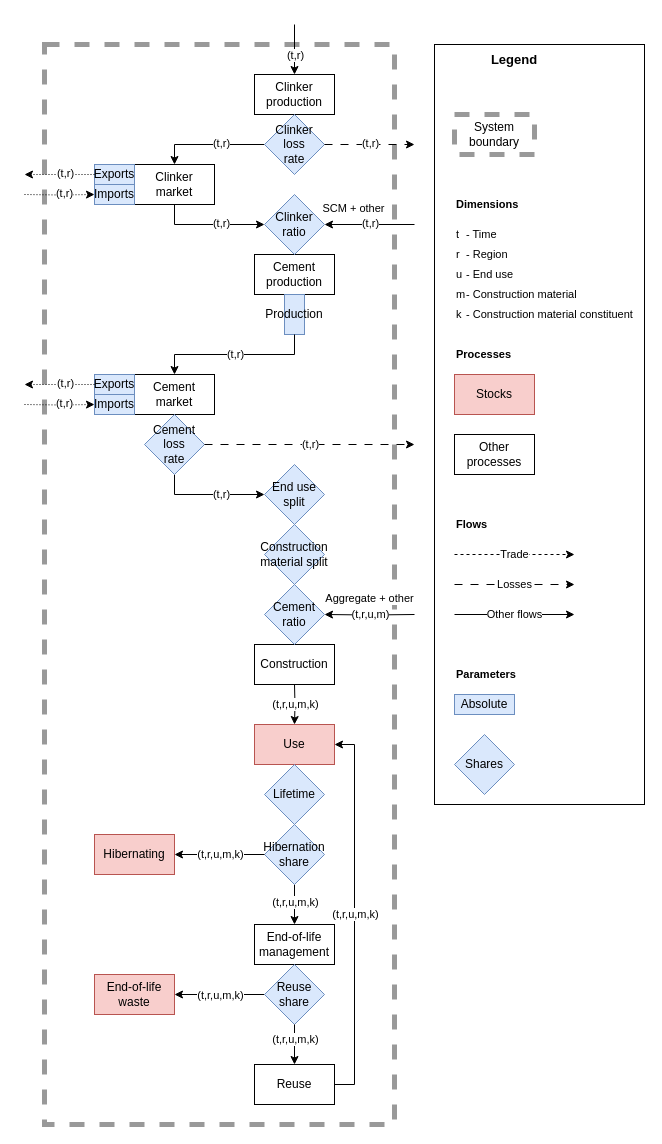
The draw.io diagram paper/figures/drawio/cement.drawio in pik-piam/remind-mfa, before the edit. Source tidied: cells renumbered, new cells numbered last; positions are measured from the earlier drawing's top-left corner, leaving out a move shared by most shapes. Both pictures are drawn from the tidied source at 100%, with x=0, y=0 at pixel (24, 24).
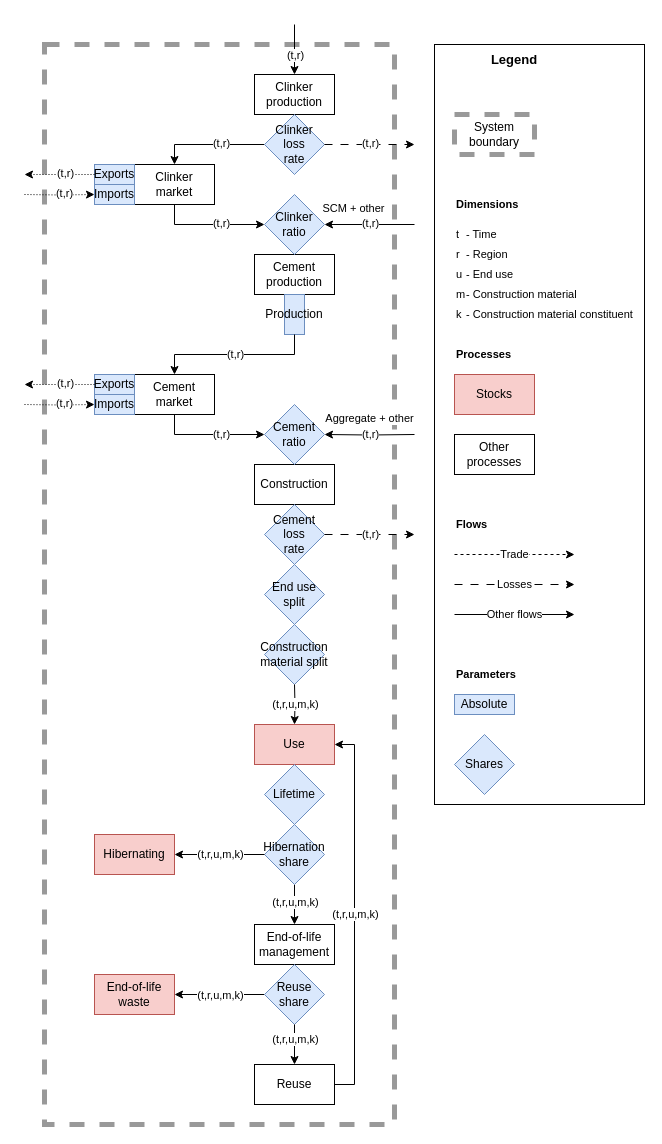
The same diagram, later.

Diff of the diagram source:
```diff
@@
     <mxCell id="12" value="Construction" style="rounded=0;whiteSpace=wrap;html=1;" parent="1" vertex="1">
-      <mxGeometry x="230" y="620" width="80" height="40" as="geometry" />
+      <mxGeometry x="230" y="440" width="80" height="40" as="geometry" />
     </mxCell>
     <mxCell id="13" value="Cement ratio" style="rhombus;whiteSpace=wrap;html=1;fillColor=#dae8fc;strokeColor=#6c8ebf;" parent="1" vertex="1">
-      <mxGeometry x="240" y="560" width="60" height="60" as="geometry" />
+      <mxGeometry x="240" y="380" width="60" height="60" as="geometry" />
     </mxCell>
@@
     <mxCell id="44" style="edgeStyle=orthogonalEdgeStyle;rounded=0;orthogonalLoop=1;jettySize=auto;html=1;exitX=0.5;exitY=1;exitDx=0;exitDy=0;entryX=0;entryY=0.5;entryDx=0;entryDy=0;" parent="1" edge="1">
       <mxGeometry relative="1" as="geometry">
-        <mxPoint x="150" y="450" as="sourcePoint" />
-        <mxPoint x="240" y="470" as="targetPoint" />
+        <mxPoint x="150" y="390" as="sourcePoint" />
+        <mxPoint x="240" y="410" as="targetPoint" />
         <Array as="points">
-          <mxPoint x="150" y="470" />
+          <mxPoint x="150" y="410" />
         </Array>
       </mxGeometry>
     </mxCell>
@@
     <mxCell id="52" value="Construction material split" style="rhombus;whiteSpace=wrap;html=1;fillColor=#dae8fc;strokeColor=#6c8ebf;" parent="1" vertex="1">
-      <mxGeometry x="240" y="500" width="60" height="60" as="geometry" />
+      <mxGeometry x="240" y="600" width="60" height="60" as="geometry" />
     </mxCell>
     <mxCell id="53" value="End use split" style="rhombus;whiteSpace=wrap;html=1;fillColor=#dae8fc;strokeColor=#6c8ebf;" parent="1" vertex="1">
-      <mxGeometry x="240" y="440" width="60" height="60" as="geometry" />
+      <mxGeometry x="240" y="540" width="60" height="60" as="geometry" />
     </mxCell>
     <mxCell id="54" value="Cement loss&lt;br&gt;rate" style="rhombus;whiteSpace=wrap;html=1;fillColor=#dae8fc;strokeColor=#6c8ebf;" parent="1" vertex="1">
-      <mxGeometry x="120" y="390" width="60" height="60" as="geometry" />
+      <mxGeometry x="240" y="480" width="60" height="60" as="geometry" />
     </mxCell>
@@
     <mxCell id="56" style="edgeStyle=orthogonalEdgeStyle;rounded=0;jettySize=auto;html=1;dashed=1;dashPattern=8 8;exitX=1;exitY=0.5;exitDx=0;exitDy=0;" parent="1" edge="1" source="54">
       <mxGeometry relative="1" as="geometry">
-        <mxPoint x="390" y="420" as="targetPoint" />
-        <Array as="points">
-          <mxPoint x="390" y="420" />
-        </Array>
+        <mxPoint x="390" y="510" as="targetPoint" />
       </mxGeometry>
     </mxCell>
@@
     <mxCell id="65" style="edgeStyle=orthogonalEdgeStyle;rounded=0;jettySize=auto;html=1;entryX=1;entryY=0.5;entryDx=0;entryDy=0;" parent="1" edge="1" target="13">
       <mxGeometry relative="1" as="geometry">
-        <mxPoint x="390" y="590" as="sourcePoint" />
+        <mxPoint x="390" y="410" as="sourcePoint" />
       </mxGeometry>
     </mxCell>
-    <mxCell id="66" value="(t,r,u,m)" style="edgeLabel;html=1;align=center;verticalAlign=middle;" parent="65" vertex="1">
+    <mxCell id="66" value="(t,r)" style="edgeLabel;html=1;align=center;verticalAlign=middle;" parent="65" vertex="1">
       <mxGeometry relative="1" as="geometry">
         <mxPoint y="-1" as="offset" />
       </mxGeometry>
     </mxCell>
```
